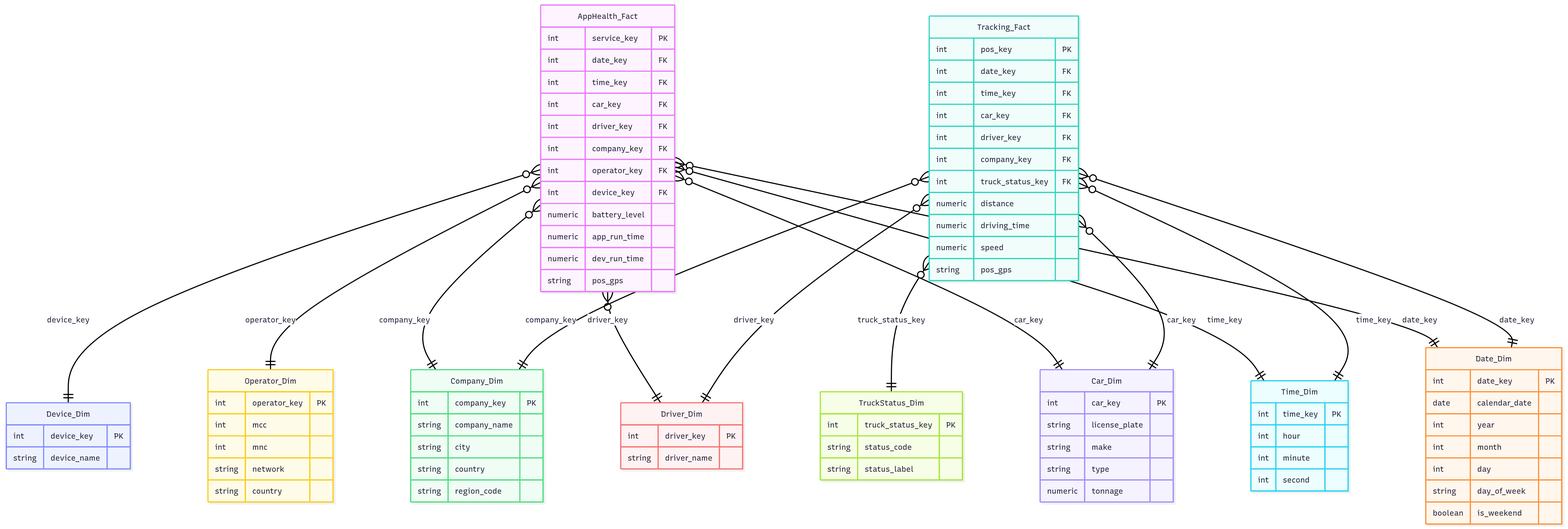
Above: erd.png in robertvasek/db-systems-for-data-analytics (Mermaid), before the change. Its source is kept beside it as erd.mmd.
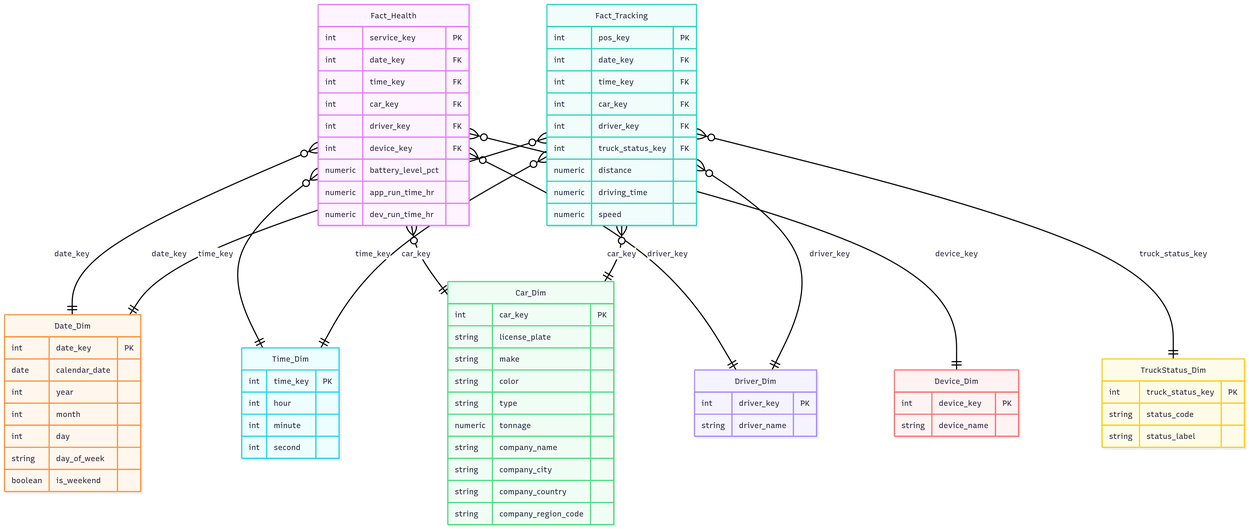
Later version of the same file.

The edit, as a diff of the source:
```diff
@@ -1,31 +1,26 @@
 erDiagram
-  AppHealth_Fact {
+  Fact_Health {
       int    service_key PK
       int    date_key FK
       int    time_key FK
       int    car_key FK
       int    driver_key FK
-      int    company_key FK
-      int    operator_key FK
       int    device_key FK
-      numeric battery_level
-      numeric app_run_time
-      numeric dev_run_time
-      string  pos_gps
+      numeric battery_level_pct
+      numeric app_run_time_hr
+      numeric dev_run_time_hr
   }
 
-  Tracking_Fact {
+  Fact_Tracking {
       int    pos_key PK
       int    date_key FK
       int    time_key FK
       int    car_key FK
       int    driver_key FK
-      int    company_key FK
       int    truck_status_key FK
       numeric distance
       numeric driving_time
       numeric speed
-      string  pos_gps
   }
 
   Date_Dim {
@@ -45,33 +40,22 @@
       int    second
   }
 
-  Company_Dim {
-      int    company_key PK
-      string company_name
-      string city
-      string country
-      string region_code
-  }
-
   Car_Dim {
       int    car_key PK
       string license_plate
       string make
+      string color
       string type
       numeric tonnage
+      string company_name
+      string company_city
+      string company_country
+      string company_region_code
   }
 
   Driver_Dim {
       int    driver_key PK
       string driver_name
-  }
-
-  Operator_Dim {
-      int    operator_key PK
-      int    mcc
-      int    mnc
-      string network
-      string country
   }
 
   Device_Dim {
@@ -85,17 +69,14 @@
       string status_label
   }
 
-  AppHealth_Fact }o--|| Date_Dim        : "date_key"
-  AppHealth_Fact }o--|| Time_Dim        : "time_key"
-  AppHealth_Fact }o--|| Car_Dim         : "car_key"
-  AppHealth_Fact }o--|| Driver_Dim      : "driver_key"
-  AppHealth_Fact }o--|| Company_Dim     : "company_key"
-  AppHealth_Fact }o--|| Operator_Dim    : "operator_key"
-  AppHealth_Fact }o--|| Device_Dim      : "device_key"
+  Fact_Health     }o--|| Date_Dim        : "date_key"
+  Fact_Health     }o--|| Time_Dim        : "time_key"
+  Fact_Health     }o--|| Car_Dim         : "car_key"
+  Fact_Health     }o--|| Driver_Dim      : "driver_key"
+  Fact_Health     }o--|| Device_Dim      : "device_key"
 
-  Tracking_Fact   }o--|| Date_Dim       : "date_key"
-  Tracking_Fact   }o--|| Time_Dim       : "time_key"
-  Tracking_Fact   }o--|| Car_Dim        : "car_key"
-  Tracking_Fact   }o--|| Driver_Dim     : "driver_key"
-  Tracking_Fact   }o--|| Company_Dim    : "company_key"
-  Tracking_Fact   }o--|| TruckStatus_Dim: "truck_status_key"
+  Fact_Tracking   }o--|| Date_Dim        : "date_key"
+  Fact_Tracking   }o--|| Time_Dim        : "time_key"
+  Fact_Tracking   }o--|| Car_Dim         : "car_key"
+  Fact_Tracking   }o--|| Driver_Dim      : "driver_key"
+  Fact_Tracking   }o--|| TruckStatus_Dim : "truck_status_key"
```
